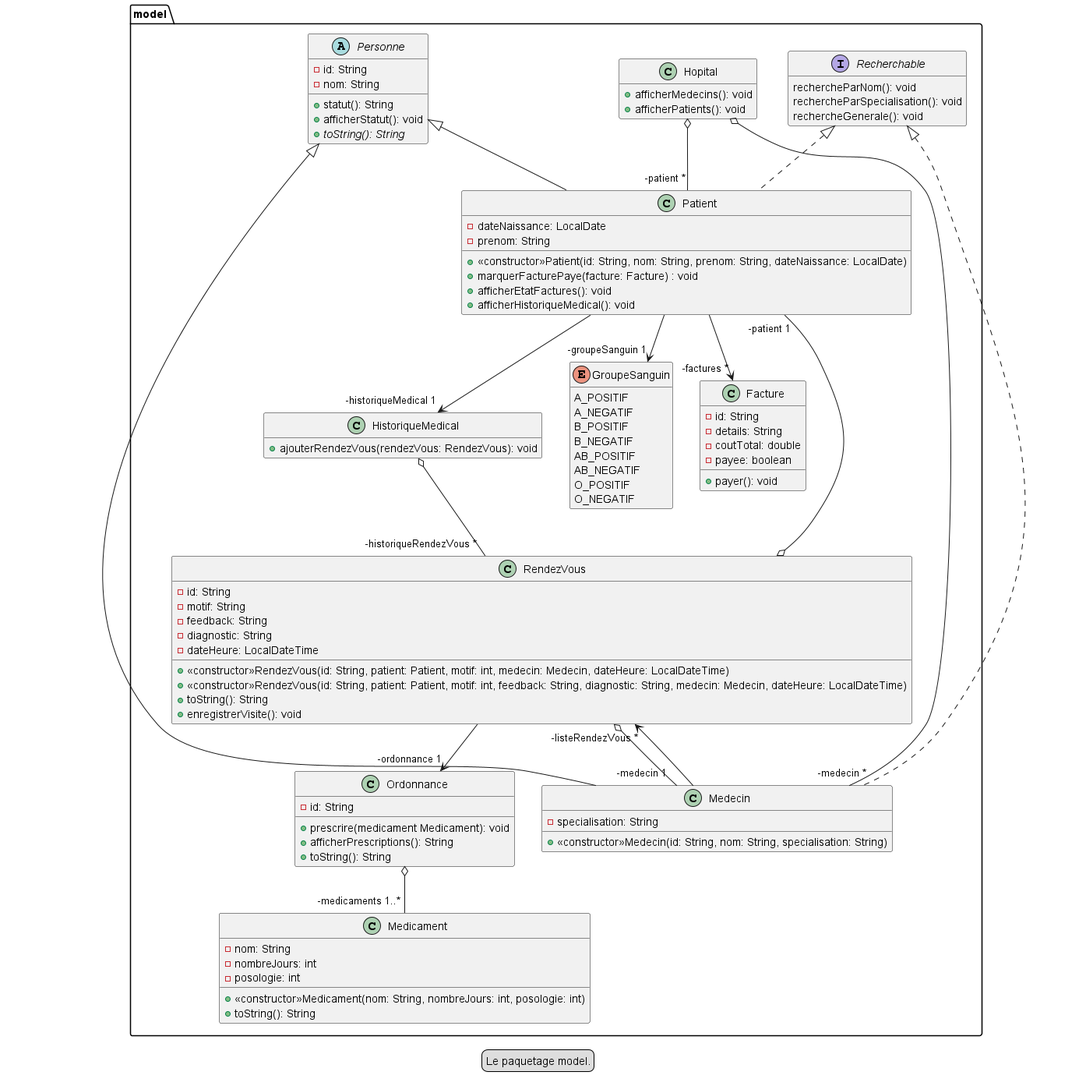
Earlier version of the PlantUML export plantuml/png/diagrammeModele.png (carlkolodziejski/hopital).
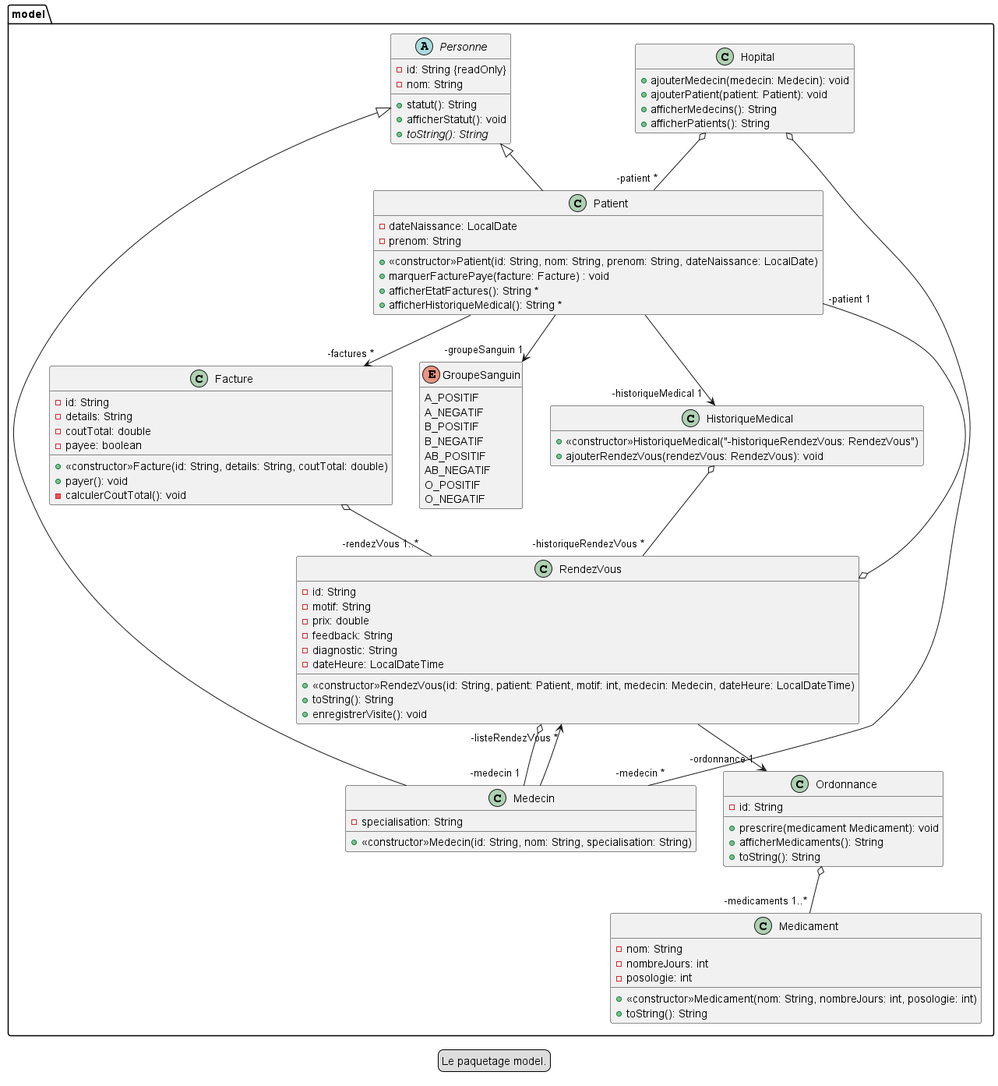
Above is the later version.

Commit message:
Mise à jour

Change to the diagram source:
```diff
@@ -7,7 +7,7 @@
 package model {
 
     abstract class Personne {
-        -id: String
+        -id: String {readOnly}
         -nom: String
 
         +statut(): String
@@ -15,18 +15,18 @@
         +{abstract}toString(): String
     }
 
-    class Patient extends Personne implements Recherchable {
+    class Patient extends Personne {
         -dateNaissance: LocalDate
         -prenom: String
 
         +<<constructor>>Patient(id: String, nom: String, prenom: String, dateNaissance: LocalDate)
         +marquerFacturePaye(facture: Facture) : void
-        +afficherEtatFactures(): void
-        +afficherHistoriqueMedical(): void
+        +afficherEtatFactures(): String *
+        +afficherHistoriqueMedical(): String *
     }
 
 
-    class Medecin extends Personne implements Recherchable {
+    class Medecin extends Personne {
         -specialisation: String
 
         +<<constructor>>Medecin(id: String, nom: String, specialisation: String)
@@ -35,12 +35,12 @@
     class RendezVous {
         -id: String
         -motif: String
+        -prix: double
         -feedback: String
         -diagnostic: String
         -dateHeure: LocalDateTime
 
         +<<constructor>>RendezVous(id: String, patient: Patient, motif: int, medecin: Medecin, dateHeure: LocalDateTime)
-        +<<constructor>>RendezVous(id: String, patient: Patient, motif: int, feedback: String, diagnostic: String, medecin: Medecin, dateHeure: LocalDateTime)
         +toString(): String
         +enregistrerVisite(): void
     }
@@ -49,7 +49,7 @@
         -id: String
 
         +prescrire(medicament Medicament): void
-        +afficherPrescriptions(): String
+        +afficherMedicaments(): String
         +toString(): String
     }
 
@@ -68,22 +68,22 @@
         -coutTotal: double
         -payee: boolean
 
+        +<<constructor>>Facture(id: String, details: String, coutTotal: double)
         +payer(): void
+        -calculerCoutTotal(): void
     }
 
     class Hopital {
-        +afficherMedecins(): void
-        +afficherPatients(): void
+
+        +ajouterMedecin(medecin: Medecin): void
+        +ajouterPatient(patient: Patient): void
+        +afficherMedecins(): String
+        +afficherPatients(): String
     }
 
     class HistoriqueMedical {
+        +<<constructor>>HistoriqueMedical("-historiqueRendezVous: RendezVous")
         +ajouterRendezVous(rendezVous: RendezVous): void
-    }
-
-    interface Recherchable {
-        rechercheParNom(): void
-        rechercheParSpecialisation(): void
-        rechercheGenerale(): void
     }
 
     enum GroupeSanguin {
@@ -113,6 +113,8 @@
     Hopital o-- "-patient *" Patient
 
     HistoriqueMedical o-- "-historiqueRendezVous *" RendezVous
+
+    Facture o-- "-rendezVous 1..*" RendezVous
 }
 
 @enduml
```
